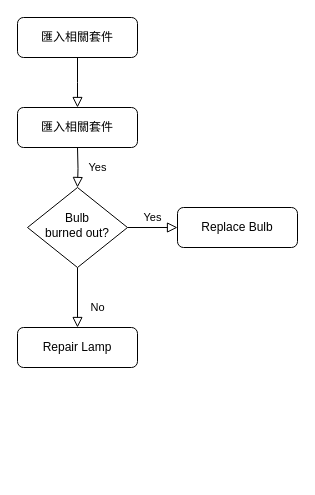
Earlier version of the draw.io diagram aimet.drawio (jihuien/ML100Days). Source tidied: cells renumbered, new cells numbered last; positions are measured from the earlier drawing's top-left corner, leaving out a move shared by most shapes. Both pictures are drawn from the tidied source at 100%, with x=0, y=0 at pixel (17, 17).
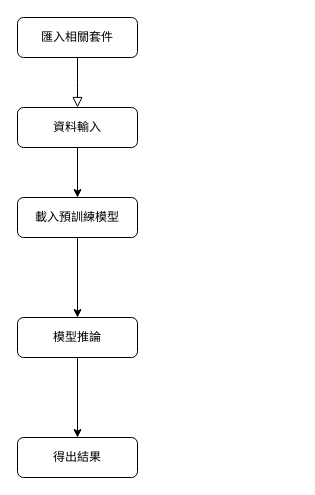
Above is the later version.

Diff of the diagram source:
```diff
@@
 <mxGraphModel>
   <root>
     <mxCell id="0" />
     <mxCell id="1" parent="0" />
     <mxCell id="2" style="rounded=0;html=1;jettySize=auto;fontSize=11;endArrow=block;endFill=0;endSize=8;strokeWidth=1;shadow=0;labelBackgroundColor=none;edgeStyle=orthogonalEdgeStyle;" parent="1" edge="1" source="3">
       <mxGeometry relative="1" as="geometry">
         <mxPoint x="60" y="90" as="targetPoint" />
       </mxGeometry>
     </mxCell>
     <mxCell id="3" value="匯入相關套件" style="rounded=1;whiteSpace=wrap;html=1;fontSize=12;glass=0;strokeWidth=1;shadow=0;" parent="1" vertex="1">
       <mxGeometry width="120" height="40" as="geometry" />
     </mxCell>
-    <mxCell id="4" value="Yes" style="rounded=0;html=1;jettySize=auto;fontSize=11;endArrow=block;endFill=0;endSize=8;strokeWidth=1;shadow=0;labelBackgroundColor=none;edgeStyle=orthogonalEdgeStyle;" parent="1" edge="1" target="7">
-      <mxGeometry y="20" relative="1" as="geometry">
-        <mxPoint x="60" y="130" as="sourcePoint" />
-      </mxGeometry>
-    </mxCell>
-    <mxCell id="5" value="No" style="rounded=0;html=1;jettySize=auto;fontSize=11;endArrow=block;endFill=0;endSize=8;strokeWidth=1;shadow=0;labelBackgroundColor=none;edgeStyle=orthogonalEdgeStyle;" parent="1" edge="1" source="7" target="8">
-      <mxGeometry x="0.33" y="20" relative="1" as="geometry" />
-    </mxCell>
-    <mxCell id="6" value="Yes" style="edgeStyle=orthogonalEdgeStyle;rounded=0;html=1;jettySize=auto;fontSize=11;endArrow=block;endFill=0;endSize=8;strokeWidth=1;shadow=0;labelBackgroundColor=none;" parent="1" edge="1" source="7" target="9">
-      <mxGeometry y="10" relative="1" as="geometry" />
-    </mxCell>
-    <mxCell id="7" value="Bulb&lt;br&gt;burned out?" style="rhombus;whiteSpace=wrap;html=1;shadow=0;fontFamily=Helvetica;fontSize=12;align=center;strokeWidth=1;spacing=6;spacingTop=-4;" parent="1" vertex="1">
-      <mxGeometry x="10" y="170" width="100" height="80" as="geometry" />
-    </mxCell>
-    <mxCell id="8" value="Repair Lamp" style="rounded=1;whiteSpace=wrap;html=1;fontSize=12;glass=0;strokeWidth=1;shadow=0;" parent="1" vertex="1">
-      <mxGeometry y="310" width="120" height="40" as="geometry" />
-    </mxCell>
-    <mxCell id="9" value="Replace Bulb" style="rounded=1;whiteSpace=wrap;html=1;fontSize=12;glass=0;strokeWidth=1;shadow=0;" parent="1" vertex="1">
-      <mxGeometry x="160" y="190" width="120" height="40" as="geometry" />
-    </mxCell>
+    <mxCell id="11" style="edgeStyle=orthogonalEdgeStyle;rounded=0;jettySize=auto;html=1;" parent="1" edge="1" source="10" target="13">
+      <mxGeometry relative="1" as="geometry" />
+    </mxCell>
-    <mxCell id="10" value="匯入相關套件" style="rounded=1;whiteSpace=wrap;html=1;fontSize=12;glass=0;strokeWidth=1;shadow=0;" parent="1" vertex="1">
+    <mxCell id="10" value="資料輸入" style="rounded=1;whiteSpace=wrap;html=1;fontSize=12;glass=0;strokeWidth=1;shadow=0;" parent="1" vertex="1">
       <mxGeometry y="90" width="120" height="40" as="geometry" />
     </mxCell>
+    <mxCell id="12" style="edgeStyle=orthogonalEdgeStyle;rounded=0;jettySize=auto;html=1;" parent="1" edge="1" source="13" target="15">
+      <mxGeometry relative="1" as="geometry" />
+    </mxCell>
+    <mxCell id="13" value="載入預訓練模型" style="rounded=1;whiteSpace=wrap;html=1;fontSize=12;glass=0;strokeWidth=1;shadow=0;" parent="1" vertex="1">
+      <mxGeometry y="180" width="120" height="40" as="geometry" />
+    </mxCell>
+    <mxCell id="14" style="edgeStyle=orthogonalEdgeStyle;rounded=0;jettySize=auto;html=1;" parent="1" edge="1" source="15" target="16">
+      <mxGeometry relative="1" as="geometry" />
+    </mxCell>
+    <mxCell id="15" value="模型推論" style="rounded=1;whiteSpace=wrap;html=1;fontSize=12;glass=0;strokeWidth=1;shadow=0;" parent="1" vertex="1">
+      <mxGeometry y="300" width="120" height="40" as="geometry" />
+    </mxCell>
+    <mxCell id="16" value="得出結果" style="rounded=1;whiteSpace=wrap;html=1;fontSize=12;glass=0;strokeWidth=1;shadow=0;" parent="1" vertex="1">
+      <mxGeometry y="420" width="120" height="40" as="geometry" />
+    </mxCell>
   </root>
 </mxGraphModel>
```
